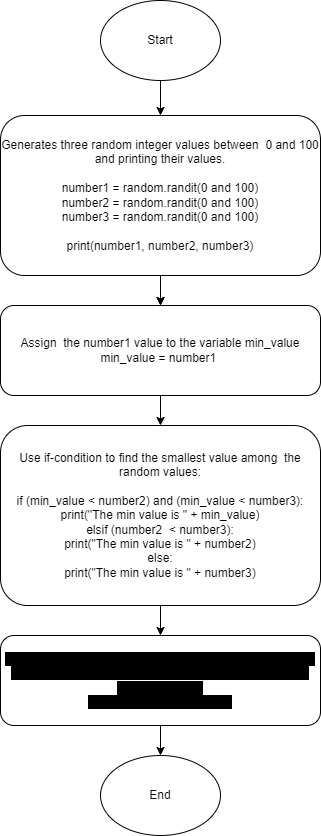
Above: Hello.drawio3-1.png in Bomi45/ass.3-1-Sep-Drawio (draw.io), before the change. Source tidied: cells renumbered, new cells last; positions are measured from the earlier drawing's top-left corner, leaving out a move shared by most shapes.
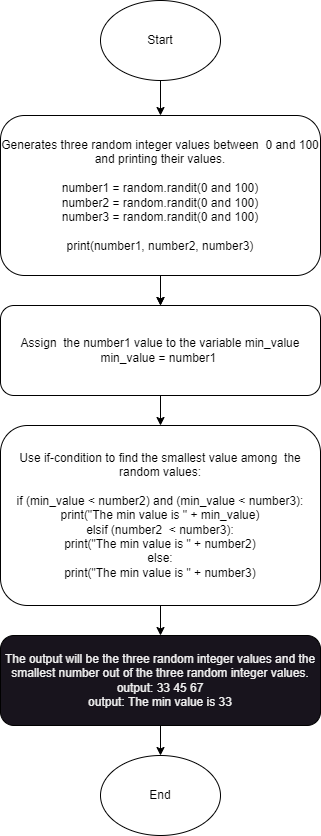
Later version of the same file.

What changed in the source:
```diff
@@ -37,7 +37,7 @@
         <mxPoint x="160" y="755" as="targetPoint" />
       </mxGeometry>
     </mxCell>
-    <mxCell id="11" value="&lt;span style=&quot;background-color: rgb(0, 0, 0);&quot;&gt;The output will be the three random integer values and the smallest number out of the three random integer values.&lt;/span&gt;&lt;br&gt;&lt;span style=&quot;background-color: rgb(0, 0, 0);&quot;&gt;output: 33 45 67&lt;/span&gt;&lt;br&gt;&lt;span style=&quot;background-color: rgb(0, 0, 0);&quot;&gt;output: The min value is 33&lt;/span&gt;" style="rounded=1;whiteSpace=wrap;html=1;" parent="1" vertex="1">
+    <mxCell id="11" value="&lt;span style=&quot;&quot;&gt;The output will be the three random integer values and the smallest number out of the three random integer values.&lt;/span&gt;&lt;br&gt;&lt;span style=&quot;&quot;&gt;output: 33 45 67&lt;/span&gt;&lt;br&gt;&lt;span style=&quot;&quot;&gt;output: The min value is 33&lt;/span&gt;" style="rounded=1;whiteSpace=wrap;html=1;fillColor=#18141D;labelBackgroundColor=none;fontColor=#F0F0F0;" parent="1" vertex="1">
       <mxGeometry y="635" width="320" height="90" as="geometry" />
     </mxCell>
     <mxCell id="12" value="Text" style="text;html=1;align=center;verticalAlign=middle;strokeColor=none;fillColor=none;" parent="1" vertex="1">
```
